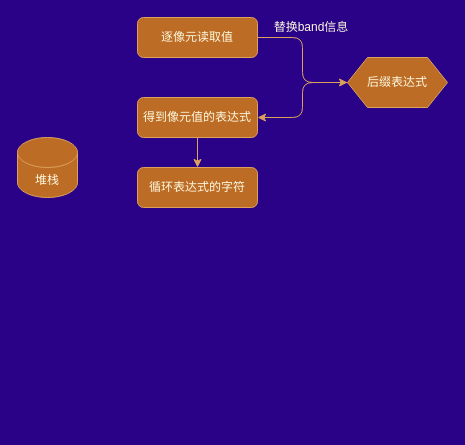
The draw.io diagram Untitled Diagram.drawio in ninexy/springcloudConfig, before the edit. Source tidied: cells renumbered, new cells numbered last; positions are measured from the earlier drawing's top-left corner, leaving out a move shared by most shapes. Both pictures are drawn from the tidied source at 100%, with x=0, y=0 at pixel (17, 17).
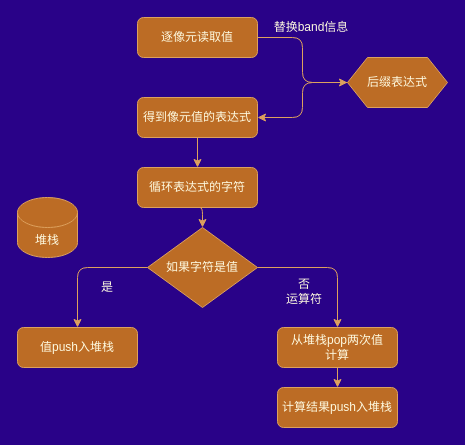
After the change.

Unchanged cells that the change refers to:
```xml
<mxCell id="10" value="循环表达式的字符" style="rounded=1;whiteSpace=wrap;html=1;sketch=0;strokeColor=#DDA15E;fillColor=#BC6C25;fontColor=#FEFAE0;" parent="1" vertex="1">
  <mxGeometry x="120" y="150" width="120" height="40" as="geometry" />
</mxCell>
```

The edit, as a diff of the source:
```diff
@@
     <mxCell id="2" value="堆栈" style="shape=cylinder3;whiteSpace=wrap;html=1;boundedLbl=1;backgroundOutline=1;size=15;rounded=0;sketch=0;strokeColor=#DDA15E;fillColor=#BC6C25;fontColor=#FEFAE0;" parent="1" vertex="1">
-      <mxGeometry y="120" width="60" height="60" as="geometry" />
+      <mxGeometry y="180" width="60" height="60" as="geometry" />
     </mxCell>
@@
+    <mxCell id="11" style="edgeStyle=orthogonalEdgeStyle;curved=0;rounded=1;sketch=0;jettySize=auto;html=1;exitX=0.5;exitY=1;exitDx=0;exitDy=0;entryX=0.5;entryY=0;entryDx=0;entryDy=0;strokeColor=#DDA15E;fillColor=#BC6C25;fontColor=#FEFAE0;" parent="1" edge="1" source="10" target="14">
+      <mxGeometry relative="1" as="geometry" />
+    </mxCell>
@@
+    <mxCell id="12" style="edgeStyle=orthogonalEdgeStyle;curved=0;rounded=1;sketch=0;jettySize=auto;html=1;exitX=0;exitY=0.5;exitDx=0;exitDy=0;strokeColor=#DDA15E;fillColor=#BC6C25;fontColor=#FEFAE0;" parent="1" edge="1" source="14" target="15">
+      <mxGeometry relative="1" as="geometry" />
+    </mxCell>
+    <mxCell id="13" style="edgeStyle=orthogonalEdgeStyle;curved=0;rounded=1;sketch=0;jettySize=auto;html=1;exitX=1;exitY=0.5;exitDx=0;exitDy=0;entryX=0.5;entryY=0;entryDx=0;entryDy=0;strokeColor=#DDA15E;fillColor=#BC6C25;fontColor=#FEFAE0;" parent="1" edge="1" source="14" target="18">
+      <mxGeometry relative="1" as="geometry" />
+    </mxCell>
+    <mxCell id="14" value="如果字符是值" style="rhombus;whiteSpace=wrap;html=1;rounded=0;sketch=0;strokeColor=#DDA15E;fillColor=#BC6C25;fontColor=#FEFAE0;" parent="1" vertex="1">
+      <mxGeometry x="130" y="210" width="110" height="80" as="geometry" />
+    </mxCell>
+    <mxCell id="15" value="值push入堆栈" style="rounded=1;whiteSpace=wrap;html=1;sketch=0;strokeColor=#DDA15E;fillColor=#BC6C25;fontColor=#FEFAE0;" parent="1" vertex="1">
+      <mxGeometry y="310" width="120" height="40" as="geometry" />
+    </mxCell>
+    <mxCell id="16" value="是" style="text;html=1;strokeColor=none;fillColor=none;align=center;verticalAlign=middle;whiteSpace=wrap;rounded=0;sketch=0;fontColor=#FEFAE0;" parent="1" vertex="1">
+      <mxGeometry x="70" y="260" width="40" height="20" as="geometry" />
+    </mxCell>
+    <mxCell id="17" style="edgeStyle=orthogonalEdgeStyle;curved=0;rounded=1;sketch=0;jettySize=auto;html=1;exitX=0.5;exitY=1;exitDx=0;exitDy=0;strokeColor=#DDA15E;fillColor=#BC6C25;fontColor=#FEFAE0;" parent="1" edge="1" source="18" target="20">
+      <mxGeometry relative="1" as="geometry" />
+    </mxCell>
+    <mxCell id="18" value="从堆栈pop两次值&lt;br&gt;计算" style="rounded=1;whiteSpace=wrap;html=1;sketch=0;strokeColor=#DDA15E;fillColor=#BC6C25;fontColor=#FEFAE0;" parent="1" vertex="1">
+      <mxGeometry x="260" y="310" width="120" height="40" as="geometry" />
+    </mxCell>
+    <mxCell id="19" value="否&lt;br&gt;运算符" style="text;html=1;strokeColor=none;fillColor=none;align=center;verticalAlign=middle;whiteSpace=wrap;rounded=0;sketch=0;fontColor=#FEFAE0;" parent="1" vertex="1">
+      <mxGeometry x="260" y="264" width="54" height="20" as="geometry" />
+    </mxCell>
+    <mxCell id="20" value="计算结果push入堆栈" style="rounded=1;whiteSpace=wrap;html=1;sketch=0;strokeColor=#DDA15E;fillColor=#BC6C25;fontColor=#FEFAE0;" parent="1" vertex="1">
+      <mxGeometry x="260" y="370" width="120" height="40" as="geometry" />
+    </mxCell>
```
